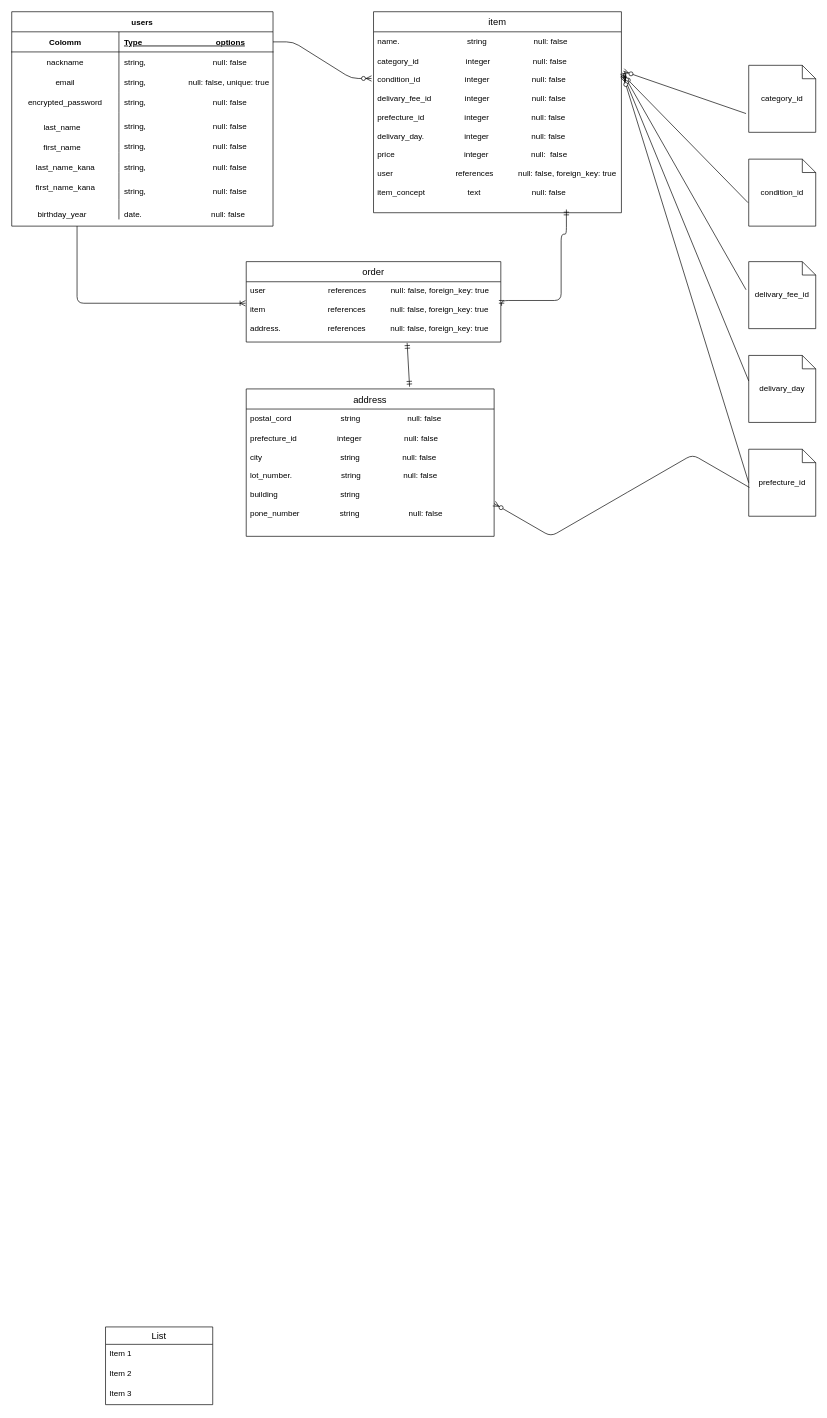
This is furima.dio from YuichiTakaoka/furima-37240, a draw.io file, before an edit. Source tidied: cells renumbered, new cells numbered last; positions are measured from the earlier drawing's top-left corner, leaving out a move shared by most shapes. Both pictures are drawn from the tidied source at 67%, with x=0, y=0 at pixel (11, 11).
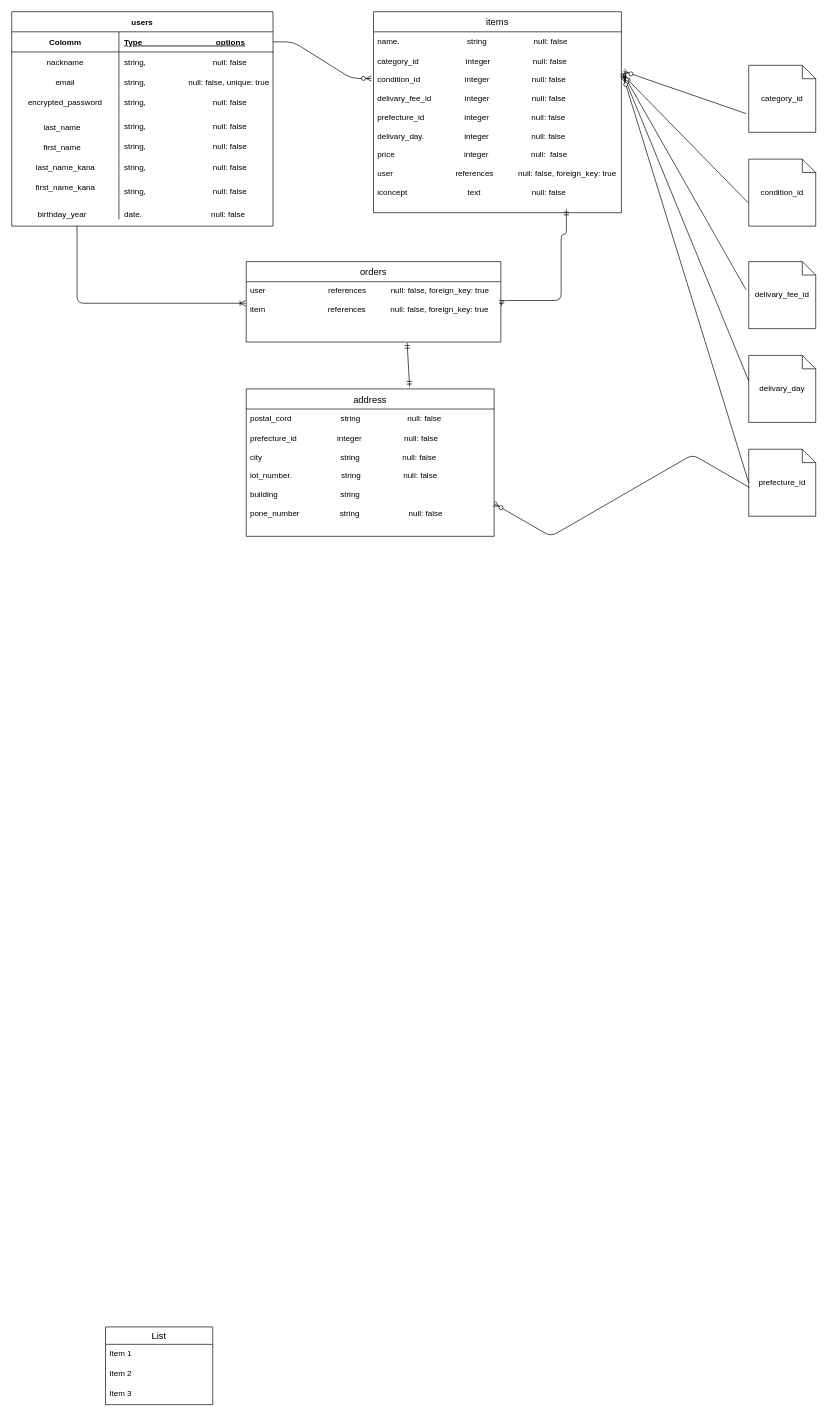
The same page after the edit.

The edit, as a diff of the source:
```diff
@@
-    <mxCell id="39" value="item" style="swimlane;fontStyle=0;horizontal=1;startSize=30;align=center;fontSize=14;" parent="1" vertex="1">
+    <mxCell id="39" value="items" style="swimlane;fontStyle=0;horizontal=1;startSize=30;align=center;fontSize=14;" parent="1" vertex="1">
       <mxGeometry x="540" width="370" height="300" as="geometry" />
     </mxCell>
@@
-    <mxCell id="41" value="category_id                     integer                   null: false&#10;&#10;condition_id                    integer                   null: false&#10; &#10;delivary_fee_id               integer                   null: false&#10;&#10;prefecture_id                  integer                   null: false&#10;&#10;delivary_day.                  integer                   null: false&#10;&#10;price                               integer                   null:  false&#10;&#10;user                            references           null: false, foreign_key: true&#10;&#10;item_concept                   text                       null: false" style="text;strokeColor=none;fillColor=none;spacingLeft=4;spacingRight=4;overflow=hidden;points=[[0,0.5],[1,0.5]];portConstraint=eastwest;fontSize=12;" parent="39" vertex="1">
+    <mxCell id="41" value="category_id                     integer                   null: false&#10;&#10;condition_id                    integer                   null: false&#10; &#10;delivary_fee_id               integer                   null: false&#10;&#10;prefecture_id                  integer                   null: false&#10;&#10;delivary_day.                  integer                   null: false&#10;&#10;price                               integer                   null:  false&#10;&#10;user                            references           null: false, foreign_key: true&#10;&#10;iconcept                           text                       null: false" style="text;strokeColor=none;fillColor=none;spacingLeft=4;spacingRight=4;overflow=hidden;points=[[0,0.5],[1,0.5]];portConstraint=eastwest;fontSize=12;" parent="39" vertex="1">
       <mxGeometry y="60" width="370" height="240" as="geometry" />
     </mxCell>
-    <mxCell id="42" value="order" style="swimlane;fontStyle=0;horizontal=1;startSize=30;align=center;fontSize=14;" parent="1" vertex="1">
+    <mxCell id="42" value="orders" style="swimlane;fontStyle=0;horizontal=1;startSize=30;align=center;fontSize=14;" parent="1" vertex="1">
       <mxGeometry x="350" y="373" width="380" height="120" as="geometry" />
     </mxCell>
-    <mxCell id="43" value="user                            references           null: false, foreign_key: true&#10;&#10;item                            references           null: false, foreign_key: true&#10;&#10;address.                     references           null: false, foreign_key: true" style="text;strokeColor=none;fillColor=none;spacingLeft=4;spacingRight=4;overflow=hidden;points=[[0,0.5],[1,0.5]];portConstraint=eastwest;fontSize=12;" parent="42" vertex="1">
+    <mxCell id="43" value="user                            references           null: false, foreign_key: true&#10;&#10;item                            references           null: false, foreign_key: true&#10;&#10;" style="text;strokeColor=none;fillColor=none;spacingLeft=4;spacingRight=4;overflow=hidden;points=[[0,0.5],[1,0.5]];portConstraint=eastwest;fontSize=12;" parent="42" vertex="1">
       <mxGeometry y="30" width="380" height="90" as="geometry" />
     </mxCell>
```
